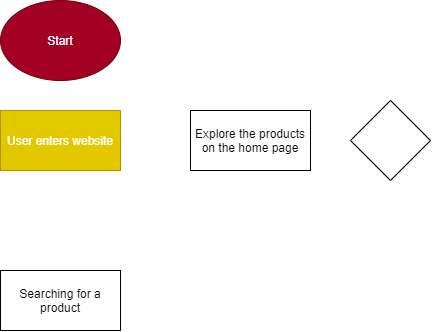
The draw.io diagram part2/part2.drawio.png in kdyblie/sp21-cse110-lab4, before a commit. Source tidied: cells renumbered, new cells last; positions are measured from the earlier drawing's top-left corner, leaving out a move shared by most shapes.
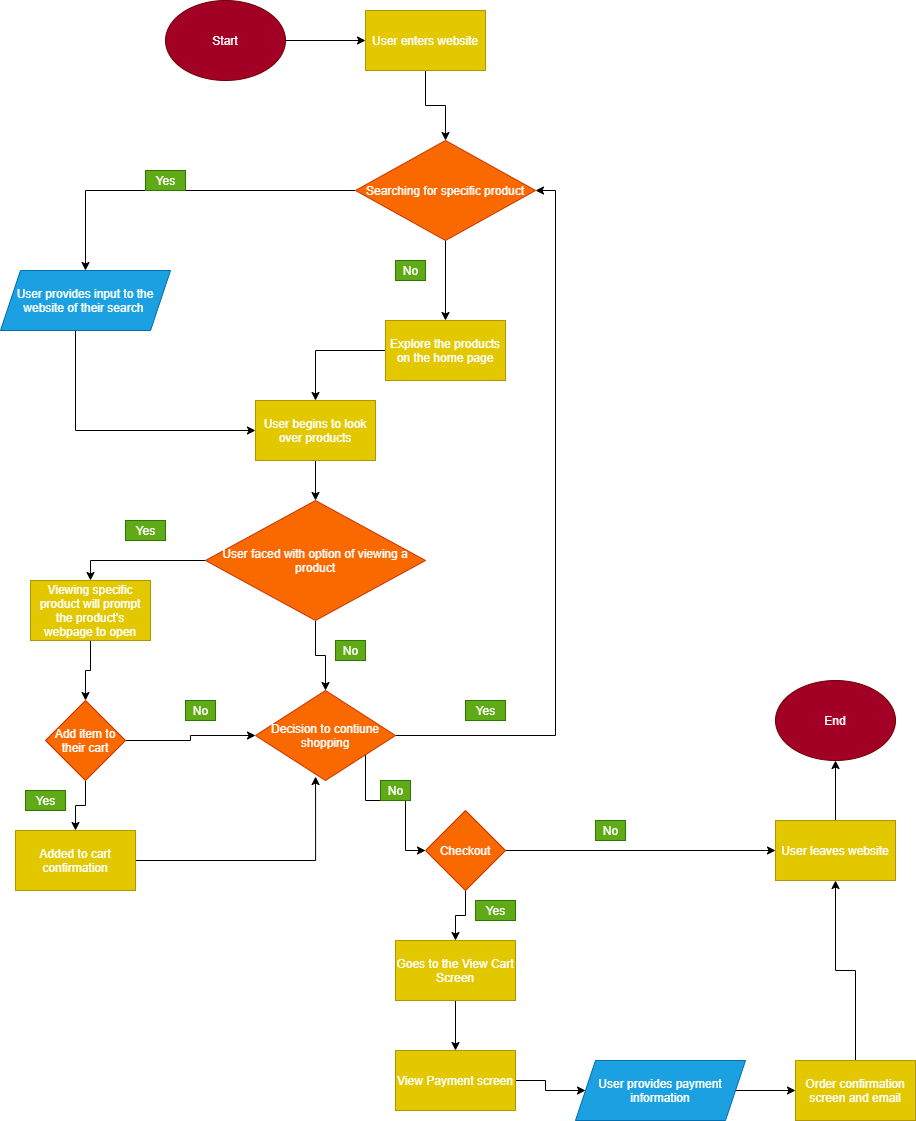
After the change.

The edit, as a diff of the source:
```diff
@@ -2,20 +2,171 @@
   <root>
     <mxCell id="0" />
     <mxCell id="1" parent="0" />
+    <mxCell id="7" style="edgeStyle=orthogonalEdgeStyle;rounded=0;jettySize=auto;html=1;entryX=0;entryY=0.5;entryDx=0;entryDy=0;" parent="1" edge="1" source="2" target="3">
+      <mxGeometry relative="1" as="geometry" />
+    </mxCell>
     <mxCell id="2" value="Start" style="ellipse;whiteSpace=wrap;html=1;fillColor=#a20025;strokeColor=#6F0000;fontColor=#ffffff;" parent="1" vertex="1">
-      <mxGeometry width="120" height="80" as="geometry" />
+      <mxGeometry x="120" y="-120" width="120" height="80" as="geometry" />
     </mxCell>
+    <mxCell id="8" style="edgeStyle=orthogonalEdgeStyle;rounded=0;jettySize=auto;html=1;" parent="1" edge="1" source="3" target="11">
+      <mxGeometry relative="1" as="geometry" />
+    </mxCell>
     <mxCell id="3" value="User enters website" style="rounded=0;whiteSpace=wrap;html=1;fillColor=#e3c800;strokeColor=#B09500;fontColor=#ffffff;" parent="1" vertex="1">
-      <mxGeometry y="110" width="120" height="60" as="geometry" />
+      <mxGeometry x="320" y="-110" width="120" height="60" as="geometry" />
     </mxCell>
-    <mxCell id="4" value="Searching for a product" style="rounded=0;whiteSpace=wrap;html=1;" parent="1" vertex="1">
-      <mxGeometry y="270" width="120" height="60" as="geometry" />
-    </mxCell>
+    <mxCell id="9" style="edgeStyle=orthogonalEdgeStyle;rounded=0;jettySize=auto;html=1;entryX=0.5;entryY=0;entryDx=0;entryDy=0;" parent="1" edge="1" source="11" target="5">
+      <mxGeometry relative="1" as="geometry" />
+    </mxCell>
+    <mxCell id="10" style="edgeStyle=orthogonalEdgeStyle;rounded=0;jettySize=auto;html=1;exitX=0;exitY=0.5;exitDx=0;exitDy=0;entryX=0.5;entryY=0;entryDx=0;entryDy=0;" parent="1" edge="1" source="11" target="15">
+      <mxGeometry relative="1" as="geometry" />
+    </mxCell>
+    <mxCell id="11" value="Searching for specific product" style="rhombus;whiteSpace=wrap;html=1;fillColor=#fa6800;strokeColor=#C73500;fontColor=#ffffff;" parent="1" vertex="1">
+      <mxGeometry x="310" y="20" width="180" height="100" as="geometry" />
+    </mxCell>
+    <mxCell id="12" style="edgeStyle=orthogonalEdgeStyle;rounded=0;jettySize=auto;html=1;entryX=0.5;entryY=0;entryDx=0;entryDy=0;" parent="1" edge="1" source="5" target="17">
+      <mxGeometry relative="1" as="geometry" />
+    </mxCell>
-    <mxCell id="5" value="Explore the products on the home page" style="rounded=0;whiteSpace=wrap;html=1;" parent="1" vertex="1">
-      <mxGeometry x="190" y="110" width="120" height="60" as="geometry" />
+    <mxCell id="5" value="Explore the products on the home page" style="rounded=0;whiteSpace=wrap;html=1;fillColor=#e3c800;strokeColor=#B09500;fontColor=#ffffff;" parent="1" vertex="1">
+      <mxGeometry x="340" y="200" width="120" height="60" as="geometry" />
     </mxCell>
-    <mxCell id="6" style="rhombus;whiteSpace=wrap;html=1;" parent="1" vertex="1">
-      <mxGeometry x="350" y="100" width="80" height="80" as="geometry" />
-    </mxCell>
+    <mxCell id="13" value="No" style="text;html=1;align=center;verticalAlign=middle;fillColor=#60a917;strokeColor=#2D7600;fontColor=#ffffff;" parent="1" vertex="1">
+      <mxGeometry x="350" y="140" width="30" height="20" as="geometry" />
+    </mxCell>
+    <mxCell id="14" style="edgeStyle=orthogonalEdgeStyle;rounded=0;jettySize=auto;html=1;" parent="1" edge="1" source="15" target="17">
+      <mxGeometry relative="1" as="geometry">
+        <Array as="points">
+          <mxPoint x="30" y="310" />
+        </Array>
+      </mxGeometry>
+    </mxCell>
+    <mxCell id="15" value="User provides input to the website of their search&amp;nbsp;" style="shape=parallelogram;perimeter=parallelogramPerimeter;whiteSpace=wrap;html=1;fixedSize=1;fillColor=#1ba1e2;strokeColor=#006EAF;fontColor=#ffffff;" parent="1" vertex="1">
+      <mxGeometry x="-45" y="150" width="170" height="60" as="geometry" />
+    </mxCell>
+    <mxCell id="16" style="edgeStyle=orthogonalEdgeStyle;rounded=0;jettySize=auto;html=1;" parent="1" edge="1" source="17" target="30">
+      <mxGeometry relative="1" as="geometry" />
+    </mxCell>
+    <mxCell id="17" value="User begins to look over products" style="rounded=0;whiteSpace=wrap;html=1;fillColor=#e3c800;strokeColor=#B09500;fontColor=#ffffff;" parent="1" vertex="1">
+      <mxGeometry x="210" y="280" width="120" height="60" as="geometry" />
+    </mxCell>
+    <mxCell id="18" style="edgeStyle=orthogonalEdgeStyle;rounded=0;jettySize=auto;html=1;entryX=0.5;entryY=0;entryDx=0;entryDy=0;" parent="1" edge="1" source="19" target="22">
+      <mxGeometry relative="1" as="geometry" />
+    </mxCell>
+    <mxCell id="19" value="Viewing specific product will prompt the product's webpage to open" style="rounded=0;whiteSpace=wrap;html=1;fillColor=#e3c800;strokeColor=#B09500;fontColor=#ffffff;" parent="1" vertex="1">
+      <mxGeometry x="-15" y="460" width="120" height="60" as="geometry" />
+    </mxCell>
+    <mxCell id="20" style="edgeStyle=orthogonalEdgeStyle;rounded=0;jettySize=auto;html=1;entryX=0.5;entryY=0;entryDx=0;entryDy=0;" parent="1" edge="1" source="22" target="24">
+      <mxGeometry relative="1" as="geometry" />
+    </mxCell>
+    <mxCell id="21" style="edgeStyle=orthogonalEdgeStyle;rounded=0;jettySize=auto;html=1;" parent="1" edge="1" source="22" target="27">
+      <mxGeometry relative="1" as="geometry" />
+    </mxCell>
+    <mxCell id="22" value="Add item to their cart" style="rhombus;whiteSpace=wrap;html=1;fillColor=#fa6800;strokeColor=#C73500;fontColor=#ffffff;" parent="1" vertex="1">
+      <mxGeometry y="580" width="80" height="80" as="geometry" />
+    </mxCell>
+    <mxCell id="23" style="edgeStyle=orthogonalEdgeStyle;rounded=0;jettySize=auto;html=1;entryX=0.429;entryY=0.956;entryDx=0;entryDy=0;entryPerimeter=0;" parent="1" edge="1" source="24" target="27">
+      <mxGeometry relative="1" as="geometry" />
+    </mxCell>
+    <mxCell id="24" value="Added to cart confirmation" style="rounded=0;whiteSpace=wrap;html=1;fillColor=#e3c800;strokeColor=#B09500;fontColor=#ffffff;" parent="1" vertex="1">
+      <mxGeometry x="-30" y="710" width="120" height="60" as="geometry" />
+    </mxCell>
+    <mxCell id="25" style="edgeStyle=orthogonalEdgeStyle;rounded=0;jettySize=auto;html=1;entryX=1;entryY=0.5;entryDx=0;entryDy=0;" parent="1" edge="1" source="27" target="11">
+      <mxGeometry relative="1" as="geometry">
+        <Array as="points">
+          <mxPoint x="510" y="615" />
+          <mxPoint x="510" y="70" />
+        </Array>
+      </mxGeometry>
+    </mxCell>
+    <mxCell id="26" style="edgeStyle=orthogonalEdgeStyle;rounded=0;jettySize=auto;html=1;entryX=0;entryY=0.5;entryDx=0;entryDy=0;" parent="1" edge="1" source="27">
+      <mxGeometry relative="1" as="geometry">
+        <mxPoint x="380" y="730" as="targetPoint" />
+        <Array as="points">
+          <mxPoint x="320" y="680" />
+          <mxPoint x="360" y="680" />
+          <mxPoint x="360" y="730" />
+        </Array>
+      </mxGeometry>
+    </mxCell>
+    <mxCell id="27" value="Decision to contiune shopping" style="rhombus;whiteSpace=wrap;html=1;fillColor=#fa6800;strokeColor=#C73500;fontColor=#ffffff;" parent="1" vertex="1">
+      <mxGeometry x="210" y="570" width="140" height="90" as="geometry" />
+    </mxCell>
+    <mxCell id="28" style="edgeStyle=orthogonalEdgeStyle;rounded=0;jettySize=auto;html=1;entryX=0.5;entryY=0;entryDx=0;entryDy=0;" parent="1" edge="1" source="30" target="19">
+      <mxGeometry relative="1" as="geometry" />
+    </mxCell>
+    <mxCell id="29" style="edgeStyle=orthogonalEdgeStyle;rounded=0;jettySize=auto;html=1;entryX=0.5;entryY=0;entryDx=0;entryDy=0;" parent="1" edge="1" source="30" target="27">
+      <mxGeometry relative="1" as="geometry" />
+    </mxCell>
+    <mxCell id="30" value="User faced with option of viewing a product" style="rhombus;whiteSpace=wrap;html=1;fillColor=#fa6800;strokeColor=#C73500;fontColor=#ffffff;" parent="1" vertex="1">
+      <mxGeometry x="160" y="380" width="220" height="120" as="geometry" />
+    </mxCell>
+    <mxCell id="31" value="Yes" style="text;html=1;align=center;verticalAlign=middle;fillColor=#60a917;strokeColor=#2D7600;fontColor=#ffffff;" parent="1" vertex="1">
+      <mxGeometry x="80" y="400" width="40" height="20" as="geometry" />
+    </mxCell>
+    <mxCell id="32" value="No" style="text;html=1;align=center;verticalAlign=middle;fillColor=#60a917;strokeColor=#2D7600;fontColor=#ffffff;" parent="1" vertex="1">
+      <mxGeometry x="290" y="520" width="30" height="20" as="geometry" />
+    </mxCell>
+    <mxCell id="33" value="Yes" style="text;html=1;align=center;verticalAlign=middle;fillColor=#60a917;strokeColor=#2D7600;fontColor=#ffffff;" parent="1" vertex="1">
+      <mxGeometry x="-20" y="670" width="40" height="20" as="geometry" />
+    </mxCell>
+    <mxCell id="34" value="No" style="text;html=1;align=center;verticalAlign=middle;fillColor=#60a917;strokeColor=#2D7600;fontColor=#ffffff;" parent="1" vertex="1">
+      <mxGeometry x="140" y="580" width="30" height="20" as="geometry" />
+    </mxCell>
+    <mxCell id="35" value="Yes" style="text;html=1;align=center;verticalAlign=middle;fillColor=#60a917;strokeColor=#2D7600;fontColor=#ffffff;" parent="1" vertex="1">
+      <mxGeometry x="420" y="580" width="40" height="20" as="geometry" />
+    </mxCell>
+    <mxCell id="36" value="No" style="text;html=1;align=center;verticalAlign=middle;fillColor=#60a917;strokeColor=#2D7600;fontColor=#ffffff;" parent="1" vertex="1">
+      <mxGeometry x="335" y="660" width="30" height="20" as="geometry" />
+    </mxCell>
+    <mxCell id="37" style="edgeStyle=orthogonalEdgeStyle;rounded=0;jettySize=auto;html=1;entryX=0;entryY=0.5;entryDx=0;entryDy=0;" parent="1" edge="1" source="39" target="41">
+      <mxGeometry relative="1" as="geometry" />
+    </mxCell>
+    <mxCell id="38" style="edgeStyle=orthogonalEdgeStyle;rounded=0;jettySize=auto;html=1;" parent="1" edge="1" source="39" target="43">
+      <mxGeometry relative="1" as="geometry" />
+    </mxCell>
+    <mxCell id="39" value="Checkout" style="rhombus;whiteSpace=wrap;html=1;fillColor=#fa6800;strokeColor=#C73500;fontColor=#ffffff;" parent="1" vertex="1">
+      <mxGeometry x="380" y="690" width="80" height="80" as="geometry" />
+    </mxCell>
+    <mxCell id="40" style="edgeStyle=orthogonalEdgeStyle;rounded=0;jettySize=auto;html=1;entryX=0.5;entryY=1;entryDx=0;entryDy=0;" parent="1" edge="1" source="41" target="52">
+      <mxGeometry relative="1" as="geometry" />
+    </mxCell>
+    <mxCell id="41" value="User leaves website" style="rounded=0;whiteSpace=wrap;html=1;fillColor=#e3c800;strokeColor=#B09500;fontColor=#ffffff;" parent="1" vertex="1">
+      <mxGeometry x="730" y="700" width="120" height="60" as="geometry" />
+    </mxCell>
+    <mxCell id="42" style="edgeStyle=orthogonalEdgeStyle;rounded=0;jettySize=auto;html=1;" parent="1" edge="1" source="43" target="45">
+      <mxGeometry relative="1" as="geometry" />
+    </mxCell>
+    <mxCell id="43" value="Goes to the View Cart Screen" style="rounded=0;whiteSpace=wrap;html=1;fillColor=#e3c800;strokeColor=#B09500;fontColor=#ffffff;" parent="1" vertex="1">
+      <mxGeometry x="350" y="820" width="120" height="60" as="geometry" />
+    </mxCell>
+    <mxCell id="44" style="edgeStyle=orthogonalEdgeStyle;rounded=0;jettySize=auto;html=1;" parent="1" edge="1" source="45" target="47">
+      <mxGeometry relative="1" as="geometry" />
+    </mxCell>
+    <mxCell id="45" value="View Payment screen" style="rounded=0;whiteSpace=wrap;html=1;fillColor=#e3c800;strokeColor=#B09500;fontColor=#ffffff;" parent="1" vertex="1">
+      <mxGeometry x="350" y="930" width="120" height="60" as="geometry" />
+    </mxCell>
+    <mxCell id="46" style="edgeStyle=orthogonalEdgeStyle;rounded=0;jettySize=auto;html=1;entryX=0;entryY=0.5;entryDx=0;entryDy=0;" parent="1" edge="1" source="47" target="49">
+      <mxGeometry relative="1" as="geometry" />
+    </mxCell>
+    <mxCell id="47" value="User provides payment information" style="shape=parallelogram;perimeter=parallelogramPerimeter;whiteSpace=wrap;html=1;fixedSize=1;fillColor=#1ba1e2;strokeColor=#006EAF;fontColor=#ffffff;" parent="1" vertex="1">
+      <mxGeometry x="530" y="940" width="170" height="60" as="geometry" />
+    </mxCell>
+    <mxCell id="48" style="edgeStyle=orthogonalEdgeStyle;rounded=0;jettySize=auto;html=1;entryX=0.5;entryY=1;entryDx=0;entryDy=0;" parent="1" edge="1" source="49" target="41">
+      <mxGeometry relative="1" as="geometry" />
+    </mxCell>
+    <mxCell id="49" value="Order confirmation screen and email" style="rounded=0;whiteSpace=wrap;html=1;fillColor=#e3c800;strokeColor=#B09500;fontColor=#ffffff;" parent="1" vertex="1">
+      <mxGeometry x="750" y="940" width="120" height="60" as="geometry" />
+    </mxCell>
+    <mxCell id="50" value="No" style="text;html=1;align=center;verticalAlign=middle;fillColor=#60a917;strokeColor=#2D7600;fontColor=#ffffff;" parent="1" vertex="1">
+      <mxGeometry x="550" y="700" width="30" height="20" as="geometry" />
+    </mxCell>
+    <mxCell id="51" value="Yes" style="text;html=1;align=center;verticalAlign=middle;fillColor=#60a917;strokeColor=#2D7600;fontColor=#ffffff;" parent="1" vertex="1">
+      <mxGeometry x="430" y="780" width="40" height="20" as="geometry" />
+    </mxCell>
+    <mxCell id="52" value="End" style="ellipse;whiteSpace=wrap;html=1;fillColor=#a20025;strokeColor=#6F0000;fontColor=#ffffff;" parent="1" vertex="1">
+      <mxGeometry x="730" y="560" width="120" height="80" as="geometry" />
+    </mxCell>
+    <mxCell id="53" value="Yes" style="text;html=1;align=center;verticalAlign=middle;fillColor=#60a917;strokeColor=#2D7600;fontColor=#ffffff;" parent="1" vertex="1">
+      <mxGeometry x="100" y="50" width="40" height="20" as="geometry" />
+    </mxCell>
   </root>
 </mxGraphModel>
```
